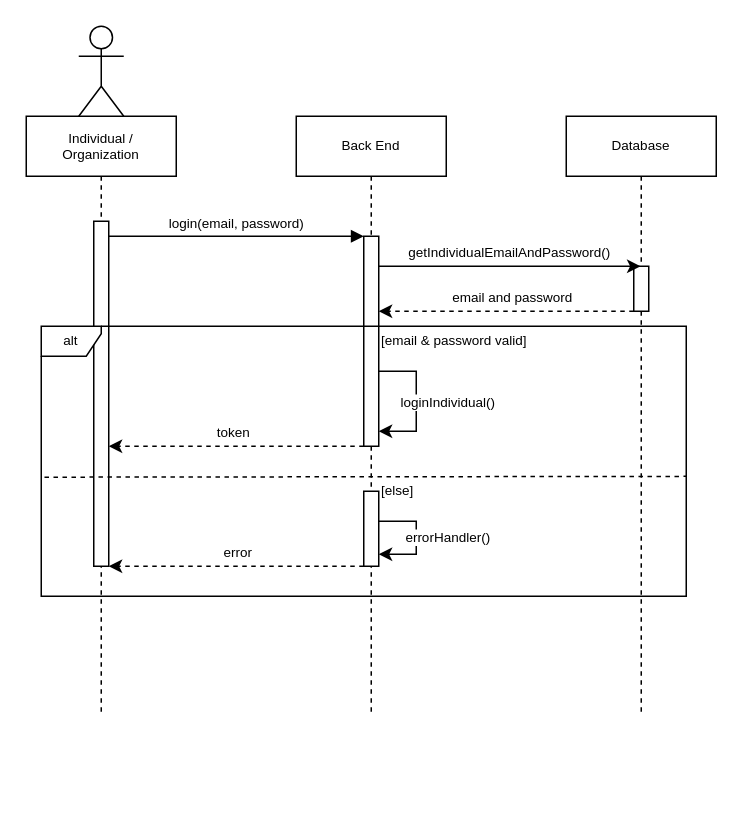
Earlier version of the draw.io diagram page "Login" (2 of 14) of diagram/Untitled Diagram.drawio (SeeN-Zero/foundlunteer-diagram). Source tidied: cells renumbered, new cells numbered last; positions are measured from the earlier drawing's top-left corner, leaving out a move shared by most shapes. Both pictures are drawn from the tidied source at 150%, with x=0, y=0 at pixel (26, 26).
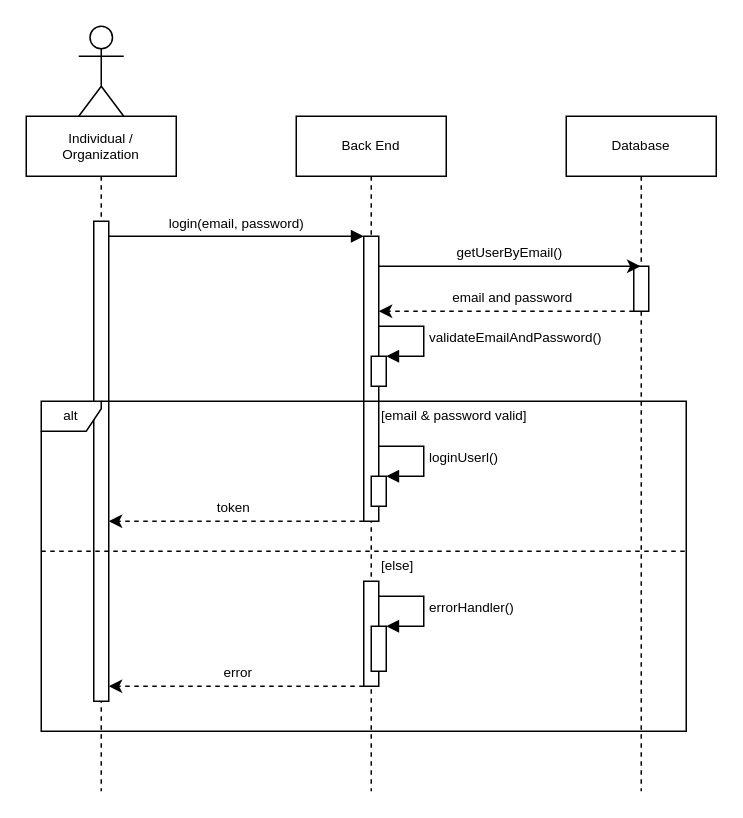
The same page after the edit.

Unchanged cells that the change refers to:
```xml
<mxCell id="10" style="html=1;points=[];perimeter=orthogonalPerimeter;outlineConnect=0;targetShapes=umlLifeline;portConstraint=eastwest;newEdgeStyle={&quot;edgeStyle&quot;:&quot;elbowEdgeStyle&quot;,&quot;elbow&quot;:&quot;vertical&quot;,&quot;curved&quot;:0,&quot;rounded&quot;:0};fontSize=9;" parent="9" vertex="1">
  <mxGeometry x="45" y="100" width="10" height="30" as="geometry" />
</mxCell>
```

The edit, as a diff of the source:
```diff
@@
     <mxCell id="2" value="Individual / &lt;br&gt;Organization" style="shape=umlLifeline;perimeter=lifelinePerimeter;whiteSpace=wrap;html=1;newEdgeStyle={&quot;edgeStyle&quot;:&quot;elbowEdgeStyle&quot;,&quot;elbow&quot;:&quot;vertical&quot;,&quot;curved&quot;:0,&quot;rounded&quot;:0};fontSize=9;" parent="1" vertex="1">
-      <mxGeometry y="60" width="100" height="400" as="geometry" />
+      <mxGeometry y="60" width="100" height="450" as="geometry" />
     </mxCell>
     <mxCell id="3" style="html=1;points=[];perimeter=orthogonalPerimeter;outlineConnect=0;targetShapes=umlLifeline;portConstraint=eastwest;newEdgeStyle={&quot;edgeStyle&quot;:&quot;elbowEdgeStyle&quot;,&quot;elbow&quot;:&quot;vertical&quot;,&quot;curved&quot;:0,&quot;rounded&quot;:0};fontSize=9;" parent="2" vertex="1">
-      <mxGeometry x="45" y="70" width="10" height="230" as="geometry" />
+      <mxGeometry x="45" y="70" width="10" height="320" as="geometry" />
     </mxCell>
     <mxCell id="4" value="Back End" style="shape=umlLifeline;perimeter=lifelinePerimeter;whiteSpace=wrap;html=1;newEdgeStyle={&quot;edgeStyle&quot;:&quot;elbowEdgeStyle&quot;,&quot;elbow&quot;:&quot;vertical&quot;,&quot;curved&quot;:0,&quot;rounded&quot;:0};fontSize=9;" parent="1" vertex="1">
-      <mxGeometry x="180" y="60" width="100" height="400" as="geometry" />
+      <mxGeometry x="180" y="60" width="100" height="450" as="geometry" />
     </mxCell>
     <mxCell id="5" style="html=1;points=[];perimeter=orthogonalPerimeter;outlineConnect=0;targetShapes=umlLifeline;portConstraint=eastwest;newEdgeStyle={&quot;edgeStyle&quot;:&quot;elbowEdgeStyle&quot;,&quot;elbow&quot;:&quot;vertical&quot;,&quot;curved&quot;:0,&quot;rounded&quot;:0};fontSize=9;" parent="4" vertex="1">
-      <mxGeometry x="45" y="80" width="10" height="140" as="geometry" />
+      <mxGeometry x="45" y="80" width="10" height="190" as="geometry" />
     </mxCell>
-    <mxCell id="6" style="edgeStyle=elbowEdgeStyle;rounded=0;orthogonalLoop=1;jettySize=auto;html=1;fontFamily=Helvetica;fontSize=9;fontColor=default;exitX=1;exitY=0.643;exitDx=0;exitDy=0;exitPerimeter=0;" parent="4" edge="1" source="5" target="5">
-      <mxGeometry relative="1" as="geometry">
-        <Array as="points">
-          <mxPoint x="80" y="210" />
-          <mxPoint x="80" y="200" />
-          <mxPoint x="80" y="180" />
-        </Array>
-      </mxGeometry>
-    </mxCell>
-    <mxCell id="7" value="loginIndividual()" style="edgeLabel;html=1;align=center;verticalAlign=middle;fontSize=9;fontFamily=Helvetica;fontColor=default;" parent="6" vertex="1">
-      <mxGeometry y="-1" relative="1" as="geometry">
-        <mxPoint x="21" as="offset" />
-      </mxGeometry>
-    </mxCell>
+    <mxCell id="27" style="html=1;points=[];perimeter=orthogonalPerimeter;outlineConnect=0;targetShapes=umlLifeline;portConstraint=eastwest;newEdgeStyle={&quot;edgeStyle&quot;:&quot;elbowEdgeStyle&quot;,&quot;elbow&quot;:&quot;vertical&quot;,&quot;curved&quot;:0,&quot;rounded&quot;:0};labelBackgroundColor=default;fontFamily=Helvetica;fontSize=9;" parent="4" vertex="1">
+      <mxGeometry x="45" y="310" width="10" height="70" as="geometry" />
+    </mxCell>
+    <mxCell id="28" style="html=1;points=[];perimeter=orthogonalPerimeter;outlineConnect=0;targetShapes=umlLifeline;portConstraint=eastwest;newEdgeStyle={&quot;edgeStyle&quot;:&quot;elbowEdgeStyle&quot;,&quot;elbow&quot;:&quot;vertical&quot;,&quot;curved&quot;:0,&quot;rounded&quot;:0};fontFamily=Helvetica;fontSize=9;" parent="4" vertex="1">
+      <mxGeometry x="50" y="340" width="10" height="30" as="geometry" />
+    </mxCell>
+    <mxCell id="26" value="errorHandler()" style="html=1;align=left;spacingLeft=2;endArrow=block;rounded=0;edgeStyle=orthogonalEdgeStyle;curved=0;rounded=0;fontFamily=Helvetica;fontSize=9;" parent="4" edge="1" source="27" target="28">
+      <mxGeometry x="0.01" relative="1" as="geometry">
+        <Array as="points">
+          <mxPoint x="85" y="320" />
+          <mxPoint x="85" y="340" />
+        </Array>
+      </mxGeometry>
+    </mxCell>
+    <mxCell id="29" style="html=1;points=[];perimeter=orthogonalPerimeter;outlineConnect=0;targetShapes=umlLifeline;portConstraint=eastwest;newEdgeStyle={&quot;edgeStyle&quot;:&quot;elbowEdgeStyle&quot;,&quot;elbow&quot;:&quot;vertical&quot;,&quot;curved&quot;:0,&quot;rounded&quot;:0};fontFamily=Helvetica;fontSize=9;" parent="4" vertex="1">
+      <mxGeometry x="50" y="160" width="10" height="20" as="geometry" />
+    </mxCell>
+    <mxCell id="30" value="validateEmailAndPassword()" style="html=1;align=left;spacingLeft=2;endArrow=block;rounded=0;edgeStyle=orthogonalEdgeStyle;curved=0;rounded=0;fontFamily=Helvetica;fontSize=9;" parent="4" edge="1" source="5" target="29">
+      <mxGeometry x="0.01" relative="1" as="geometry">
+        <Array as="points">
+          <mxPoint x="85" y="140" />
+          <mxPoint x="85" y="160" />
+        </Array>
+      </mxGeometry>
+    </mxCell>
     <mxCell id="8" value="login(email, password)" style="html=1;verticalAlign=bottom;endArrow=block;edgeStyle=elbowEdgeStyle;elbow=vertical;curved=0;rounded=0;fontSize=9;" parent="1" edge="1" source="3" target="5">
       <mxGeometry relative="1" as="geometry">
         <Array as="points">
-          <mxPoint x="140" y="140" />
+          <mxPoint x="150" y="140" />
+          <mxPoint x="140" y="190" />
         </Array>
       </mxGeometry>
     </mxCell>
     <mxCell id="9" value="Database" style="shape=umlLifeline;perimeter=lifelinePerimeter;whiteSpace=wrap;html=1;outlineConnect=0;portConstraint=eastwest;newEdgeStyle={&quot;edgeStyle&quot;:&quot;elbowEdgeStyle&quot;,&quot;elbow&quot;:&quot;vertical&quot;,&quot;curved&quot;:0,&quot;rounded&quot;:0};fontSize=9;" parent="1" vertex="1">
-      <mxGeometry x="360" y="60" width="100" height="400" as="geometry" />
+      <mxGeometry x="360" y="60" width="100" height="450" as="geometry" />
     </mxCell>
@@
     <mxCell id="12" style="edgeStyle=elbowEdgeStyle;rounded=0;jettySize=auto;html=1;elbow=vertical;curved=0;fontSize=9;" parent="1" edge="1" source="5" target="9">
       <mxGeometry relative="1" as="geometry">
         <Array as="points">
-          <mxPoint x="260" y="160" />
+          <mxPoint x="340" y="160" />
+          <mxPoint x="260" y="210" />
         </Array>
       </mxGeometry>
     </mxCell>
-    <mxCell id="13" value="getIndividualEmailAndPassword()" style="edgeLabel;html=1;align=center;verticalAlign=middle;fontSize=9;" parent="12" vertex="1">
+    <mxCell id="13" value="getUserByEmail()" style="edgeLabel;html=1;align=center;verticalAlign=middle;fontSize=9;" parent="12" vertex="1">
       <mxGeometry x="-0.01" y="2" relative="1" as="geometry">
         <mxPoint y="-8" as="offset" />
       </mxGeometry>
     </mxCell>
     <mxCell id="14" style="edgeStyle=elbowEdgeStyle;rounded=0;jettySize=auto;html=1;elbow=vertical;curved=0;dashed=1;fontSize=9;" parent="1" edge="1" source="10" target="5">
       <mxGeometry relative="1" as="geometry">
         <Array as="points">
-          <mxPoint x="380" y="190" />
-          <mxPoint x="300" y="180" />
+          <mxPoint x="320" y="190" />
+          <mxPoint x="380" y="240" />
+          <mxPoint x="300" y="230" />
         </Array>
       </mxGeometry>
     </mxCell>
@@
     <mxCell id="16" value="alt" style="shape=umlFrame;whiteSpace=wrap;html=1;width=40;height=20;fontSize=9;" parent="1" vertex="1">
-      <mxGeometry x="10" y="200" width="430" height="180" as="geometry" />
+      <mxGeometry x="10" y="250" width="430" height="220" as="geometry" />
     </mxCell>
     <mxCell id="17" value="&lt;font style=&quot;font-size: 9px;&quot;&gt;[email &amp;amp; password valid]&lt;/font&gt;" style="text;html=1;strokeColor=none;fillColor=none;align=left;verticalAlign=middle;whiteSpace=wrap;rounded=0;fontSize=9;" parent="1" vertex="1">
-      <mxGeometry x="235" y="200" width="165" height="20" as="geometry" />
+      <mxGeometry x="235" y="250" width="165" height="20" as="geometry" />
     </mxCell>
-    <mxCell id="18" style="endArrow=none;dashed=1;html=1;rounded=0;exitX=0.005;exitY=0.559;exitDx=0;exitDy=0;exitPerimeter=0;entryX=1;entryY=0.556;entryDx=0;entryDy=0;entryPerimeter=0;fontSize=9;" parent="1" edge="1" source="16" target="16">
-      <mxGeometry relative="1" as="geometry" />
+    <mxCell id="18" style="endArrow=none;dashed=1;html=1;rounded=0;exitX=0.005;exitY=0.405;exitDx=0;exitDy=0;exitPerimeter=0;fontSize=9;" parent="1" edge="1">
+      <mxGeometry relative="1" as="geometry">
+        <mxPoint x="10" y="350" as="sourcePoint" />
+        <mxPoint x="440" y="350" as="targetPoint" />
+      </mxGeometry>
     </mxCell>
     <mxCell id="19" value="&lt;font style=&quot;font-size: 9px;&quot;&gt;[else]&lt;/font&gt;" style="text;html=1;strokeColor=none;fillColor=none;align=left;verticalAlign=middle;whiteSpace=wrap;rounded=0;fontSize=9;" parent="1" vertex="1">
-      <mxGeometry x="235" y="300" width="60" height="20" as="geometry" />
+      <mxGeometry x="235" y="350" width="60" height="20" as="geometry" />
     </mxCell>
     <mxCell id="20" style="edgeStyle=elbowEdgeStyle;rounded=0;jettySize=auto;html=1;elbow=vertical;curved=0;fontFamily=Helvetica;fontSize=9;fontColor=default;dashed=1;" parent="1" edge="1" source="5" target="3">
       <mxGeometry relative="1" as="geometry">
         <Array as="points">
-          <mxPoint x="160" y="280" />
+          <mxPoint x="160" y="330" />
         </Array>
       </mxGeometry>
     </mxCell>
@@
-    <mxCell id="22" style="edgeStyle=elbowEdgeStyle;rounded=0;jettySize=auto;html=1;elbow=vertical;curved=0;fontFamily=Helvetica;fontSize=9;fontColor=default;dashed=1;" parent="1" edge="1" source="24" target="3">
+    <mxCell id="22" style="edgeStyle=elbowEdgeStyle;rounded=0;jettySize=auto;html=1;elbow=vertical;curved=0;fontFamily=Helvetica;fontSize=9;fontColor=default;dashed=1;" parent="1" edge="1" source="27">
       <mxGeometry relative="1" as="geometry">
+        <mxPoint x="55" y="440" as="targetPoint" />
         <Array as="points">
+          <mxPoint x="160" y="440" />
           <mxPoint x="170" y="360" />
         </Array>
       </mxGeometry>
     </mxCell>
@@
-    <mxCell id="24" style="html=1;points=[];perimeter=orthogonalPerimeter;outlineConnect=0;targetShapes=umlLifeline;portConstraint=eastwest;newEdgeStyle={&quot;edgeStyle&quot;:&quot;elbowEdgeStyle&quot;,&quot;elbow&quot;:&quot;vertical&quot;,&quot;curved&quot;:0,&quot;rounded&quot;:0};labelBackgroundColor=default;fontFamily=Helvetica;fontSize=9;" parent="1" vertex="1">
-      <mxGeometry x="225" y="310" width="10" height="50" as="geometry" />
-    </mxCell>
-    <mxCell id="25" style="rounded=0;jettySize=auto;html=1;fontFamily=Helvetica;fontSize=9;fontColor=default;edgeStyle=orthogonalEdgeStyle;" parent="1" edge="1" source="24">
-      <mxGeometry relative="1" as="geometry">
-        <mxPoint x="235" y="352" as="targetPoint" />
-        <Array as="points">
-          <mxPoint x="260" y="330" />
-        </Array>
-      </mxGeometry>
-    </mxCell>
-    <mxCell id="26" value="errorHandler()" style="edgeLabel;html=1;align=center;verticalAlign=middle;fontSize=9;fontFamily=Helvetica;fontColor=default;" parent="25" vertex="1">
-      <mxGeometry x="0.23" relative="1" as="geometry">
-        <mxPoint x="20" y="-9" as="offset" />
-      </mxGeometry>
-    </mxCell>
+    <mxCell id="31" style="html=1;points=[];perimeter=orthogonalPerimeter;outlineConnect=0;targetShapes=umlLifeline;portConstraint=eastwest;newEdgeStyle={&quot;edgeStyle&quot;:&quot;elbowEdgeStyle&quot;,&quot;elbow&quot;:&quot;vertical&quot;,&quot;curved&quot;:0,&quot;rounded&quot;:0};fontFamily=Helvetica;fontSize=9;" parent="1" vertex="1">
+      <mxGeometry x="230" y="300" width="10" height="20" as="geometry" />
+    </mxCell>
+    <mxCell id="32" value="loginUserl()" style="html=1;align=left;spacingLeft=2;endArrow=block;rounded=0;edgeStyle=orthogonalEdgeStyle;curved=0;rounded=0;fontFamily=Helvetica;fontSize=9;" parent="1" edge="1" source="5" target="31">
+      <mxGeometry x="0.01" relative="1" as="geometry">
+        <Array as="points">
+          <mxPoint x="265" y="280" />
+          <mxPoint x="265" y="300" />
+        </Array>
+      </mxGeometry>
+    </mxCell>
```
